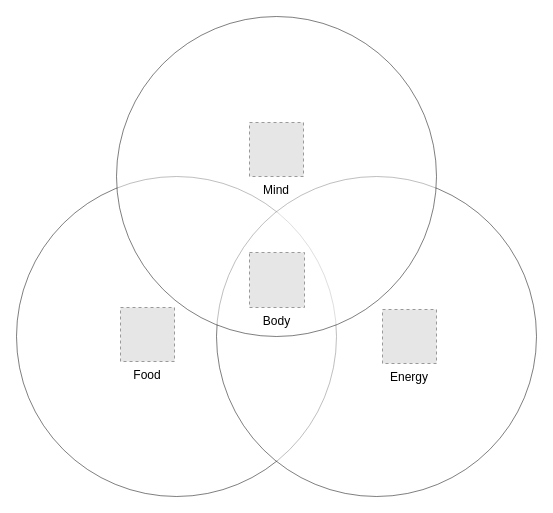
This is Landing.drawio from evlibra/heZen, a draw.io file, before an edit. Source tidied: cells renumbered, new cells numbered last; positions are measured from the earlier drawing's top-left corner, leaving out a move shared by most shapes. Both pictures are drawn from the tidied source at 100%, with x=0, y=0 at pixel (16, 16). Pictures stored in the file or linked from it are replaced by grey dashed boxes.
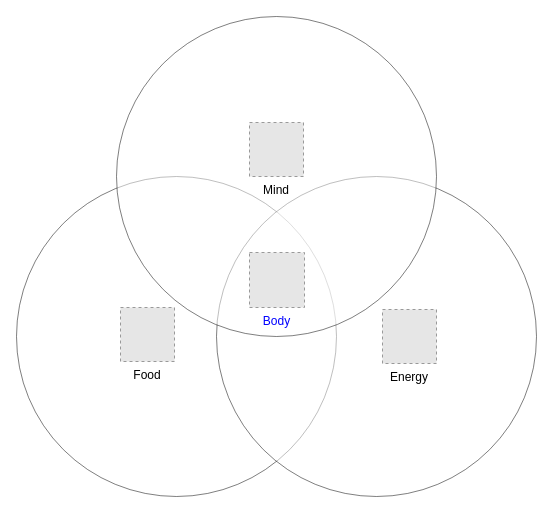
The same diagram, later.

Change to the diagram source:
```diff
@@
 <mxGraphModel>
   <root>
     <mxCell id="0" />
     <mxCell id="1" parent="0" />
     <mxCell id="2" style="ellipse;whiteSpace=wrap;opacity=50;" parent="1" vertex="1">
       <mxGeometry y="160" width="320" height="320" as="geometry" />
     </mxCell>
     <mxCell id="3" style="ellipse;whiteSpace=wrap;opacity=50;" parent="1" vertex="1">
       <mxGeometry x="200" y="160" width="320" height="320" as="geometry" />
     </mxCell>
     <mxCell id="4" style="ellipse;whiteSpace=wrap;opacity=50;" parent="1" vertex="1">
       <mxGeometry x="100" width="320" height="320" as="geometry" />
     </mxCell>
     <mxCell id="5" value="Food" style="fillColor=#E6E6E6;strokeColor=#999999;dashed=1;verticalAlign=top;verticalLabelPosition=bottom;labelBackgroundColor=#ffffff;" parent="1" vertex="1">
       <mxGeometry x="104" y="291" width="54" height="54" as="geometry" />
     </mxCell>
     <mxCell id="6" value="Mind" style="fillColor=#E6E6E6;strokeColor=#999999;dashed=1;verticalAlign=top;verticalLabelPosition=bottom;labelBackgroundColor=#ffffff;" parent="1" vertex="1">
       <mxGeometry x="233" y="106" width="54" height="54" as="geometry" />
     </mxCell>
-    <mxCell id="7" value="Body" style="fillColor=#E6E6E6;strokeColor=#999999;dashed=1;verticalAlign=top;verticalLabelPosition=bottom;labelBackgroundColor=#ffffff;" parent="1" vertex="1">
+    <mxCell id="7" value="Body" style="fillColor=#E6E6E6;strokeColor=#999999;dashed=1;verticalAlign=top;verticalLabelPosition=bottom;labelBackgroundColor=#ffffff;fontColor=#0000FF;" parent="1" vertex="1">
       <mxGeometry x="233" y="236" width="55" height="55" as="geometry" />
     </mxCell>
     <mxCell id="8" value="Energy" style="fillColor=#E6E6E6;strokeColor=#999999;dashed=1;verticalAlign=top;verticalLabelPosition=bottom;labelBackgroundColor=#ffffff;" parent="1" vertex="1">
       <mxGeometry x="366" y="293" width="54" height="54" as="geometry" />
     </mxCell>
   </root>
 </mxGraphModel>
```
